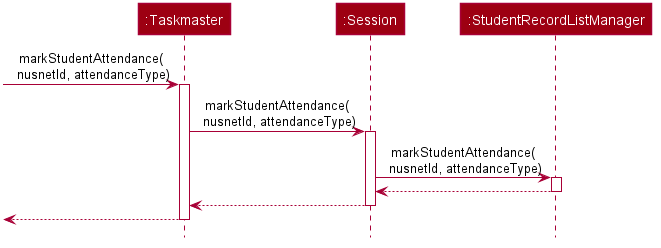
This is docs/images/MarkStudentAttendanceSequenceDiagram.png from nus-cs2103-AY2021S1/tp, a PlantUML export, as it was before one commit.
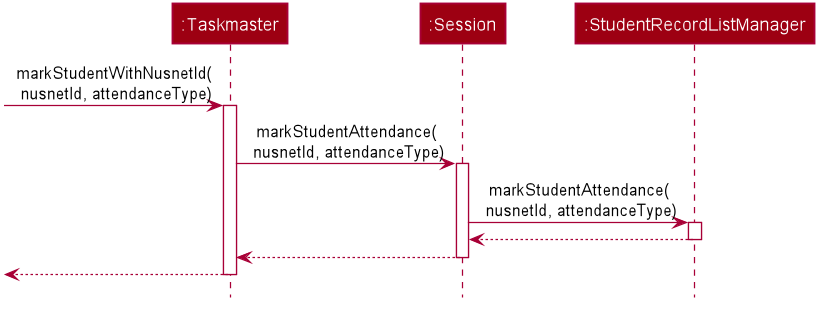
The same file after the commit.

The edit, as a diff of the source:
```diff
@@ -52,7 +52,7 @@
 Participant ":Session" as s #9D0012
 Participant ":StudentRecordListManager" as srlm #9D0012
 
-[-> tm : markStudentAttendance(\n nusnetId, attendanceType)
+[-> tm : markStudentWithNusnetId(\n nusnetId, attendanceType)
 activate tm
 tm -> s ++: markStudentAttendance(\n nusnetId, attendanceType)
 
```
